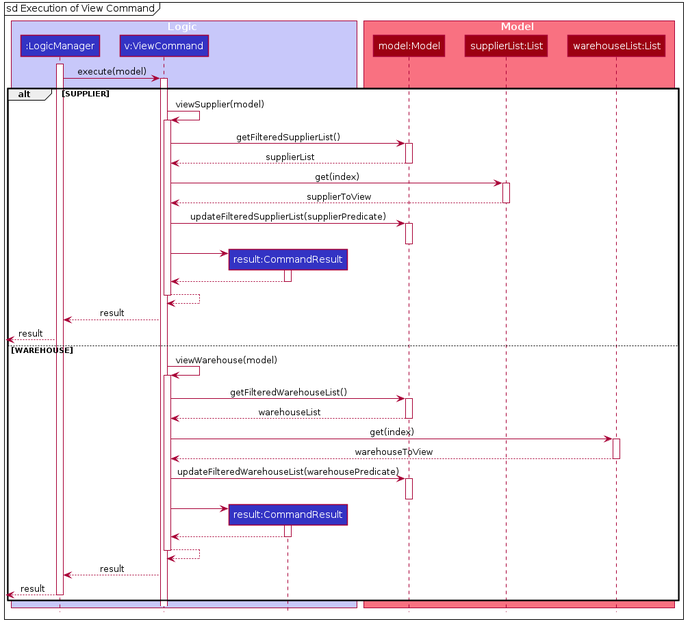
tohyuting/tp keeps this PlantUML diagram as docs/images/ViewCommandExecutionSequenceDiagram.png. Above is the earlier version.
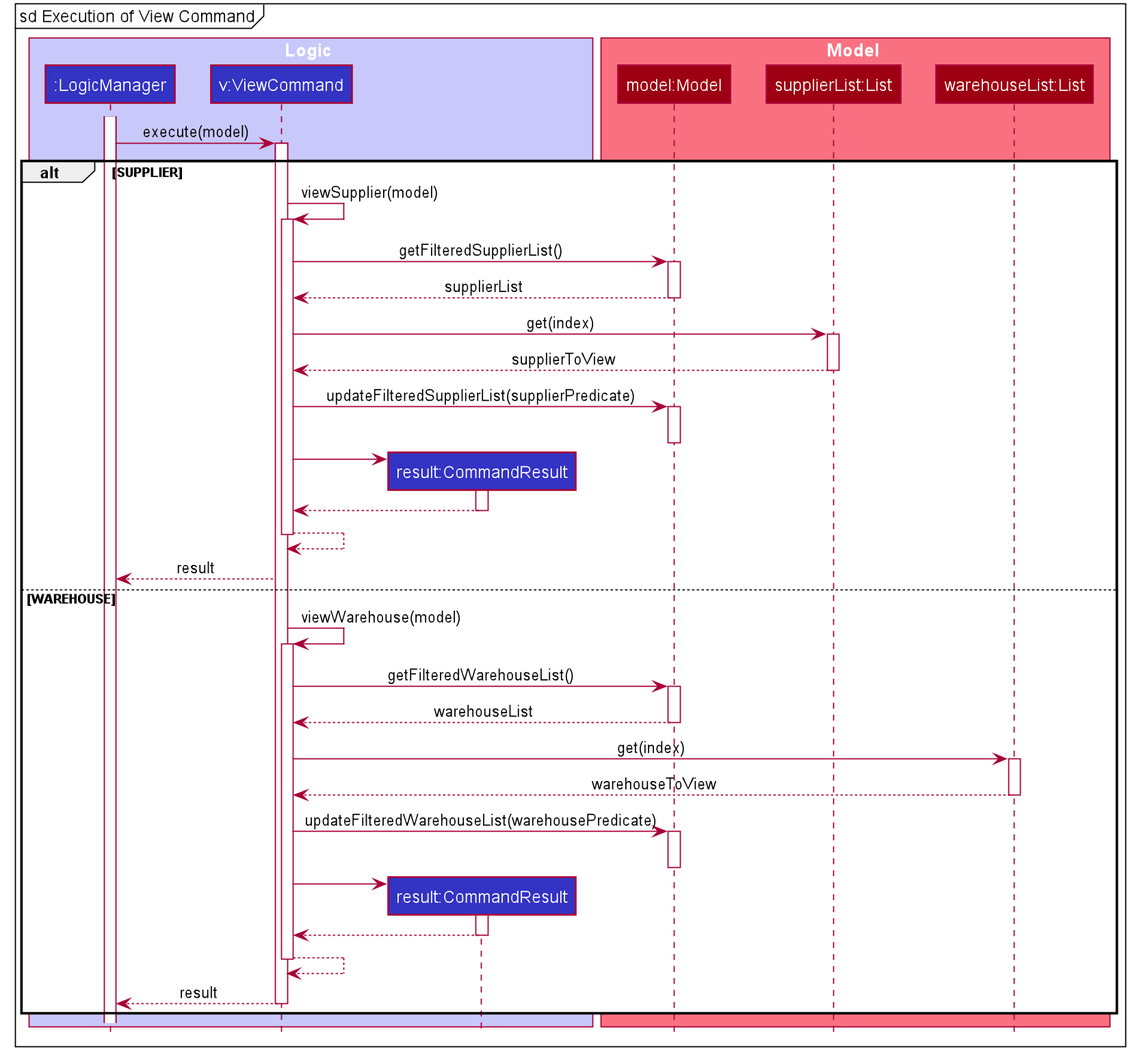
After the change.

Commit message:
Fix bugs in sequence diagrams for edit and view

What changed in the source:
```diff
@@ -89,7 +89,6 @@
 ViewCommand --> ViewCommand
 deactivate ViewCommand
 ViewCommand --> LogicManager : result
-[<--LogicManager : result
 
 else WAREHOUSE
 ViewCommand -> ViewCommand : viewWarehouse(model)
@@ -115,8 +114,8 @@
 ViewCommand --> ViewCommand
 deactivate ViewCommand
 ViewCommand --> LogicManager : result
-[<--LogicManager : result
-deactivate LogicManager
+deactivate ViewCommand
+
 end
 
 @enduml
```
